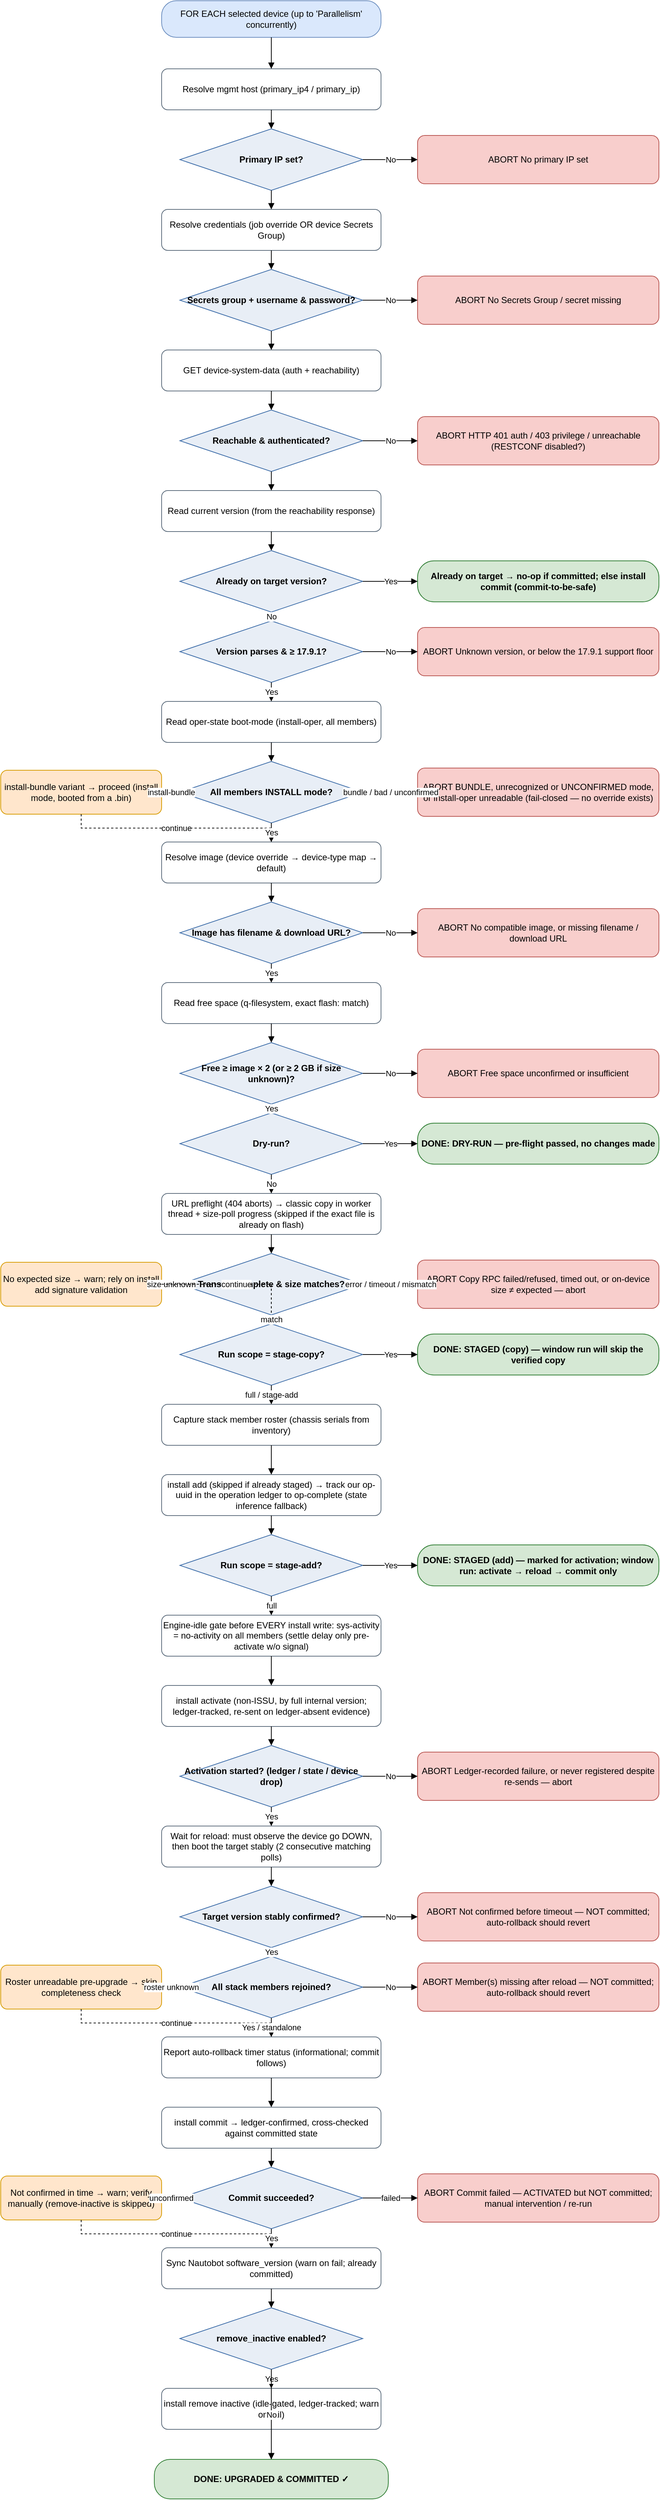
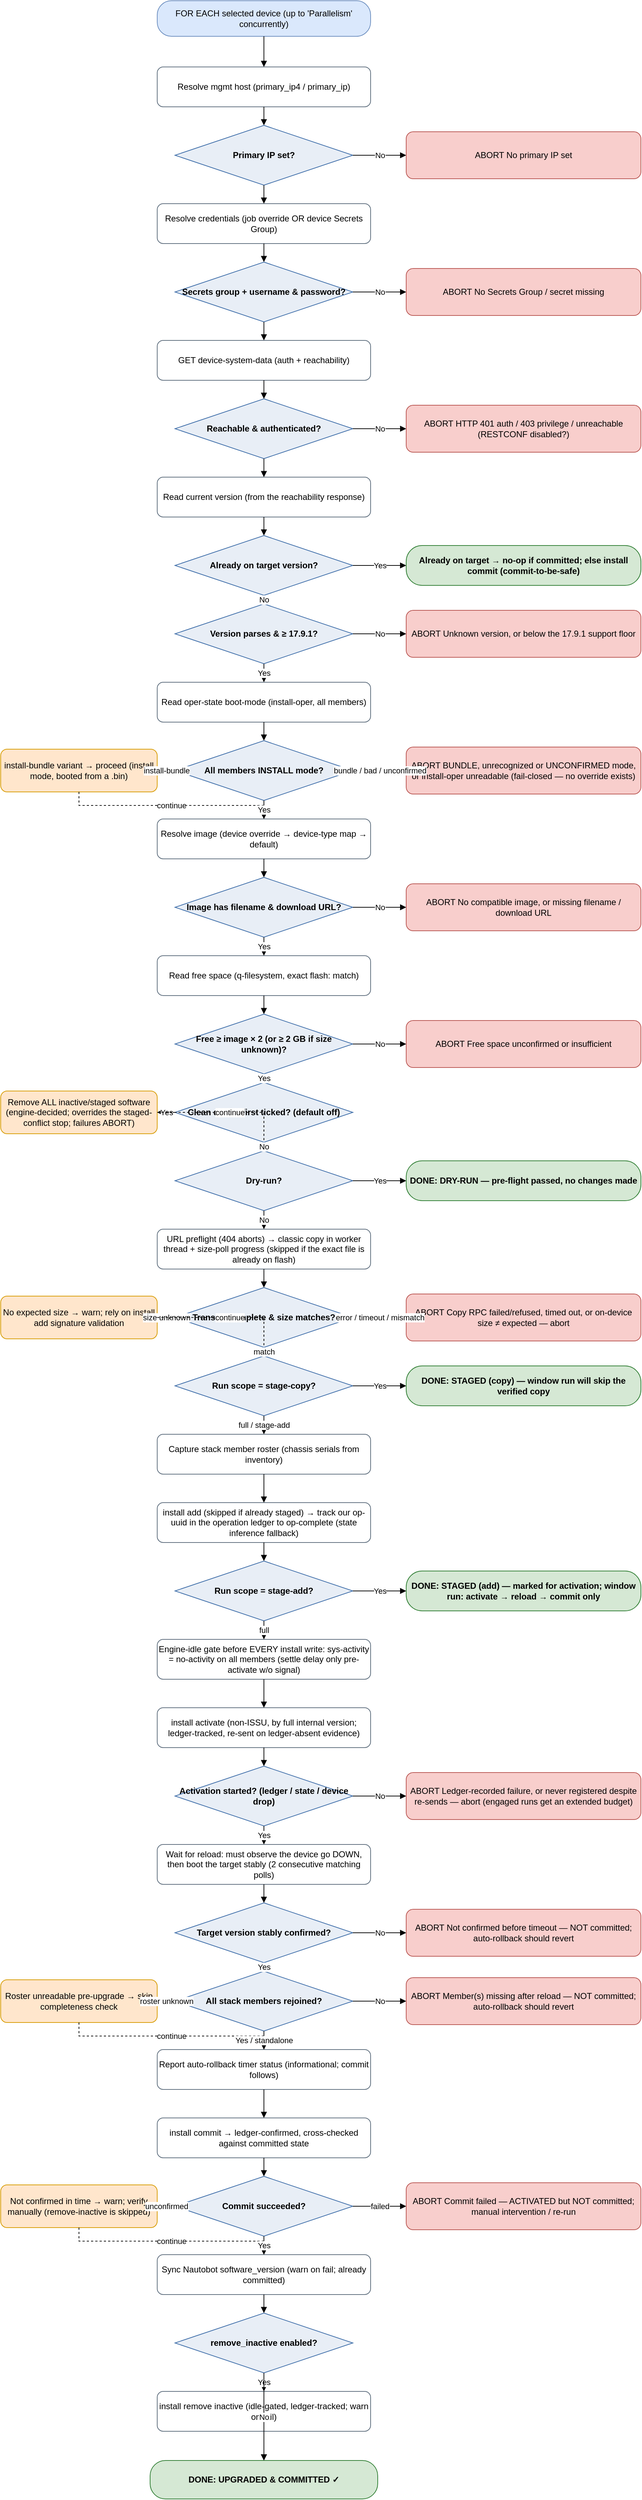
<mxfile host="app.diagrams.net" type="device">
  <diagram name="IOS-XE upgrade flow" id="iosxe-upgrade-flow">
    <mxGraphModel dx="1000" dy="2000" grid="1" gridSize="10" guides="1" tooltips="1"
        connect="1" arrows="1" fold="1" page="1" pageScale="1" math="0" shadow="0">
      <root>
        <mxCell id="0"/>
        <mxCell id="1" parent="0"/>
        <mxCell id="start" value="FOR EACH selected device&amp;#10;(up to &#x27;Parallelism&#x27; concurrently)" style="rounded=1;arcSize=40;whiteSpace=wrap;html=1;fillColor=#DAE8FC;strokeColor=#6C8EBF;" vertex="1" parent="1"><mxGeometry x="250" y="31" width="300" height="50" as="geometry"/></mxCell>
        <mxCell id="host" value="Resolve mgmt host&amp;#10;(primary_ip4 / primary_ip)" style="rounded=1;whiteSpace=wrap;html=1;fillColor=#FFFFFF;strokeColor=#5B6B7B;" vertex="1" parent="1"><mxGeometry x="250" y="124" width="300" height="56" as="geometry"/></mxCell>
        <mxCell id="d_ip" value="Primary IP set?" style="rhombus;whiteSpace=wrap;html=1;fillColor=#E8EEF6;strokeColor=#3C6CA8;fontStyle=1;" vertex="1" parent="1"><mxGeometry x="275" y="206" width="250" height="84" as="geometry"/></mxCell>
        <mxCell id="cred" value="Resolve credentials&amp;#10;(job override OR device Secrets Group)" style="rounded=1;whiteSpace=wrap;html=1;fillColor=#FFFFFF;strokeColor=#5B6B7B;" vertex="1" parent="1"><mxGeometry x="250" y="316" width="300" height="56" as="geometry"/></mxCell>
        <mxCell id="d_cred" value="Secrets group +&amp;#10;username &amp; password?" style="rhombus;whiteSpace=wrap;html=1;fillColor=#E8EEF6;strokeColor=#3C6CA8;fontStyle=1;" vertex="1" parent="1"><mxGeometry x="275" y="398" width="250" height="84" as="geometry"/></mxCell>
        <mxCell id="reach" value="GET device-system-data&amp;#10;(auth + reachability)" style="rounded=1;whiteSpace=wrap;html=1;fillColor=#FFFFFF;strokeColor=#5B6B7B;" vertex="1" parent="1"><mxGeometry x="250" y="508" width="300" height="56" as="geometry"/></mxCell>
        <mxCell id="d_reach" value="Reachable &amp;&amp;#10;authenticated?" style="rhombus;whiteSpace=wrap;html=1;fillColor=#E8EEF6;strokeColor=#3C6CA8;fontStyle=1;" vertex="1" parent="1"><mxGeometry x="275" y="590" width="250" height="84" as="geometry"/></mxCell>
        <mxCell id="curr" value="Read current version&amp;#10;(from the reachability response)" style="rounded=1;whiteSpace=wrap;html=1;fillColor=#FFFFFF;strokeColor=#5B6B7B;" vertex="1" parent="1"><mxGeometry x="250" y="700" width="300" height="56" as="geometry"/></mxCell>
        <mxCell id="d_target" value="Already on&amp;#10;target version?" style="rhombus;whiteSpace=wrap;html=1;fillColor=#E8EEF6;strokeColor=#3C6CA8;fontStyle=1;" vertex="1" parent="1"><mxGeometry x="275" y="782" width="250" height="84" as="geometry"/></mxCell>
        <mxCell id="d_floor" value="Version parses&amp;#10;&amp; ≥ 17.9.1?" style="rhombus;whiteSpace=wrap;html=1;fillColor=#E8EEF6;strokeColor=#3C6CA8;fontStyle=1;" vertex="1" parent="1"><mxGeometry x="275" y="878" width="250" height="84" as="geometry"/></mxCell>
        <mxCell id="mode" value="Read oper-state boot-mode&amp;#10;(install-oper, all members)" style="rounded=1;whiteSpace=wrap;html=1;fillColor=#FFFFFF;strokeColor=#5B6B7B;" vertex="1" parent="1"><mxGeometry x="250" y="988" width="300" height="56" as="geometry"/></mxCell>
        <mxCell id="d_mode" value="All members&amp;#10;INSTALL mode?" style="rhombus;whiteSpace=wrap;html=1;fillColor=#E8EEF6;strokeColor=#3C6CA8;fontStyle=1;" vertex="1" parent="1"><mxGeometry x="275" y="1070" width="250" height="84" as="geometry"/></mxCell>
        <mxCell id="img" value="Resolve image (device override →&amp;#10;device-type map → default)" style="rounded=1;whiteSpace=wrap;html=1;fillColor=#FFFFFF;strokeColor=#5B6B7B;" vertex="1" parent="1"><mxGeometry x="250" y="1180" width="300" height="56" as="geometry"/></mxCell>
        <mxCell id="d_img" value="Image has filename&amp;#10;&amp; download URL?" style="rhombus;whiteSpace=wrap;html=1;fillColor=#E8EEF6;strokeColor=#3C6CA8;fontStyle=1;" vertex="1" parent="1"><mxGeometry x="275" y="1262" width="250" height="84" as="geometry"/></mxCell>
        <mxCell id="space" value="Read free space&amp;#10;(q-filesystem, exact flash: match)" style="rounded=1;whiteSpace=wrap;html=1;fillColor=#FFFFFF;strokeColor=#5B6B7B;" vertex="1" parent="1"><mxGeometry x="250" y="1372" width="300" height="56" as="geometry"/></mxCell>
        <mxCell id="d_space" value="Free ≥ image × 2&amp;#10;(or ≥ 2 GB if size unknown)?" style="rhombus;whiteSpace=wrap;html=1;fillColor=#E8EEF6;strokeColor=#3C6CA8;fontStyle=1;" vertex="1" parent="1"><mxGeometry x="275" y="1454" width="250" height="84" as="geometry"/></mxCell>
-         <mxCell id="d_dry" value="Dry-run?" style="rhombus;whiteSpace=wrap;html=1;fillColor=#E8EEF6;strokeColor=#3C6CA8;fontStyle=1;" vertex="1" parent="1"><mxGeometry x="275" y="1550" width="250" height="84" as="geometry"/></mxCell>
-         <mxCell id="copy" value="URL preflight (404 aborts) → classic copy in&amp;#10;worker thread + size-poll progress&amp;#10;(skipped if the exact file is already on flash)" style="rounded=1;whiteSpace=wrap;html=1;fillColor=#FFFFFF;strokeColor=#5B6B7B;" vertex="1" parent="1"><mxGeometry x="250" y="1660" width="300" height="56" as="geometry"/></mxCell>
-         <mxCell id="d_size" value="Transfer complete&amp;#10;&amp; size matches?" style="rhombus;whiteSpace=wrap;html=1;fillColor=#E8EEF6;strokeColor=#3C6CA8;fontStyle=1;" vertex="1" parent="1"><mxGeometry x="275" y="1742" width="250" height="84" as="geometry"/></mxCell>
-         <mxCell id="d_stagecopy" value="Run scope =&amp;#10;stage-copy?" style="rhombus;whiteSpace=wrap;html=1;fillColor=#E8EEF6;strokeColor=#3C6CA8;fontStyle=1;" vertex="1" parent="1"><mxGeometry x="275" y="1838" width="250" height="84" as="geometry"/></mxCell>
-         <mxCell id="roster" value="Capture stack member roster&amp;#10;(chassis serials from inventory)" style="rounded=1;whiteSpace=wrap;html=1;fillColor=#FFFFFF;strokeColor=#5B6B7B;" vertex="1" parent="1"><mxGeometry x="250" y="1948" width="300" height="56" as="geometry"/></mxCell>
-         <mxCell id="add" value="install add (skipped if already staged) →&amp;#10;track our op-uuid in the operation ledger&amp;#10;to op-complete (state inference fallback)" style="rounded=1;whiteSpace=wrap;html=1;fillColor=#FFFFFF;strokeColor=#5B6B7B;" vertex="1" parent="1"><mxGeometry x="250" y="2044" width="300" height="56" as="geometry"/></mxCell>
-         <mxCell id="d_stageadd" value="Run scope =&amp;#10;stage-add?" style="rhombus;whiteSpace=wrap;html=1;fillColor=#E8EEF6;strokeColor=#3C6CA8;fontStyle=1;" vertex="1" parent="1"><mxGeometry x="275" y="2126" width="250" height="84" as="geometry"/></mxCell>
-         <mxCell id="idle" value="Engine-idle gate before EVERY install write:&amp;#10;sys-activity = no-activity on all members&amp;#10;(settle delay only pre-activate w/o signal)" style="rounded=1;whiteSpace=wrap;html=1;fillColor=#FFFFFF;strokeColor=#5B6B7B;" vertex="1" parent="1"><mxGeometry x="250" y="2236" width="300" height="56" as="geometry"/></mxCell>
-         <mxCell id="act" value="install activate (non-ISSU, by full internal&amp;#10;version; ledger-tracked,&amp;#10;re-sent on ledger-absent evidence)" style="rounded=1;whiteSpace=wrap;html=1;fillColor=#FFFFFF;strokeColor=#5B6B7B;" vertex="1" parent="1"><mxGeometry x="250" y="2332" width="300" height="56" as="geometry"/></mxCell>
-         <mxCell id="d_act" value="Activation started?&amp;#10;(ledger / state / device drop)" style="rhombus;whiteSpace=wrap;html=1;fillColor=#E8EEF6;strokeColor=#3C6CA8;fontStyle=1;" vertex="1" parent="1"><mxGeometry x="275" y="2414" width="250" height="84" as="geometry"/></mxCell>
-         <mxCell id="waitc" value="Wait for reload: must observe the device&amp;#10;go DOWN, then boot the target stably&amp;#10;(2 consecutive matching polls)" style="rounded=1;whiteSpace=wrap;html=1;fillColor=#FFFFFF;strokeColor=#5B6B7B;" vertex="1" parent="1"><mxGeometry x="250" y="2524" width="300" height="56" as="geometry"/></mxCell>
-         <mxCell id="d_confirm" value="Target version&amp;#10;stably confirmed?" style="rhombus;whiteSpace=wrap;html=1;fillColor=#E8EEF6;strokeColor=#3C6CA8;fontStyle=1;" vertex="1" parent="1"><mxGeometry x="275" y="2606" width="250" height="84" as="geometry"/></mxCell>
-         <mxCell id="d_members" value="All stack members&amp;#10;rejoined?" style="rhombus;whiteSpace=wrap;html=1;fillColor=#E8EEF6;strokeColor=#3C6CA8;fontStyle=1;" vertex="1" parent="1"><mxGeometry x="275" y="2702" width="250" height="84" as="geometry"/></mxCell>
-         <mxCell id="rollbackchk" value="Report auto-rollback timer status&amp;#10;(informational; commit follows)" style="rounded=1;whiteSpace=wrap;html=1;fillColor=#FFFFFF;strokeColor=#5B6B7B;" vertex="1" parent="1"><mxGeometry x="250" y="2812" width="300" height="56" as="geometry"/></mxCell>
-         <mxCell id="commit" value="install commit → ledger-confirmed,&amp;#10;cross-checked against committed state" style="rounded=1;whiteSpace=wrap;html=1;fillColor=#FFFFFF;strokeColor=#5B6B7B;" vertex="1" parent="1"><mxGeometry x="250" y="2908" width="300" height="56" as="geometry"/></mxCell>
-         <mxCell id="d_commit" value="Commit&amp;#10;succeeded?" style="rhombus;whiteSpace=wrap;html=1;fillColor=#E8EEF6;strokeColor=#3C6CA8;fontStyle=1;" vertex="1" parent="1"><mxGeometry x="275" y="2990" width="250" height="84" as="geometry"/></mxCell>
-         <mxCell id="sync" value="Sync Nautobot software_version&amp;#10;(warn on fail; already committed)" style="rounded=1;whiteSpace=wrap;html=1;fillColor=#FFFFFF;strokeColor=#5B6B7B;" vertex="1" parent="1"><mxGeometry x="250" y="3100" width="300" height="56" as="geometry"/></mxCell>
-         <mxCell id="d_remove" value="remove_inactive&amp;#10;enabled?" style="rhombus;whiteSpace=wrap;html=1;fillColor=#E8EEF6;strokeColor=#3C6CA8;fontStyle=1;" vertex="1" parent="1"><mxGeometry x="275" y="3182" width="250" height="84" as="geometry"/></mxCell>
-         <mxCell id="remove" value="install remove inactive (idle-gated,&amp;#10;ledger-tracked; warn on fail)" style="rounded=1;whiteSpace=wrap;html=1;fillColor=#FFFFFF;strokeColor=#5B6B7B;" vertex="1" parent="1"><mxGeometry x="250" y="3292" width="300" height="56" as="geometry"/></mxCell>
-         <mxCell id="ok" value="DONE: UPGRADED &amp; COMMITTED ✓" style="rounded=1;arcSize=40;whiteSpace=wrap;html=1;fillColor=#D5E8D4;strokeColor=#2E7D32;fontStyle=1;" vertex="1" parent="1"><mxGeometry x="240" y="3389" width="320" height="54" as="geometry"/></mxCell>
+         <mxCell id="d_clean" value="Clean device first&amp;#10;ticked? (default off)" style="rhombus;whiteSpace=wrap;html=1;fillColor=#E8EEF6;strokeColor=#3C6CA8;fontStyle=1;" vertex="1" parent="1"><mxGeometry x="275" y="1550" width="250" height="84" as="geometry"/></mxCell>
+         <mxCell id="d_dry" value="Dry-run?" style="rhombus;whiteSpace=wrap;html=1;fillColor=#E8EEF6;strokeColor=#3C6CA8;fontStyle=1;" vertex="1" parent="1"><mxGeometry x="275" y="1646" width="250" height="84" as="geometry"/></mxCell>
+         <mxCell id="copy" value="URL preflight (404 aborts) → classic copy in&amp;#10;worker thread + size-poll progress&amp;#10;(skipped if the exact file is already on flash)" style="rounded=1;whiteSpace=wrap;html=1;fillColor=#FFFFFF;strokeColor=#5B6B7B;" vertex="1" parent="1"><mxGeometry x="250" y="1756" width="300" height="56" as="geometry"/></mxCell>
+         <mxCell id="d_size" value="Transfer complete&amp;#10;&amp; size matches?" style="rhombus;whiteSpace=wrap;html=1;fillColor=#E8EEF6;strokeColor=#3C6CA8;fontStyle=1;" vertex="1" parent="1"><mxGeometry x="275" y="1838" width="250" height="84" as="geometry"/></mxCell>
+         <mxCell id="d_stagecopy" value="Run scope =&amp;#10;stage-copy?" style="rhombus;whiteSpace=wrap;html=1;fillColor=#E8EEF6;strokeColor=#3C6CA8;fontStyle=1;" vertex="1" parent="1"><mxGeometry x="275" y="1934" width="250" height="84" as="geometry"/></mxCell>
+         <mxCell id="roster" value="Capture stack member roster&amp;#10;(chassis serials from inventory)" style="rounded=1;whiteSpace=wrap;html=1;fillColor=#FFFFFF;strokeColor=#5B6B7B;" vertex="1" parent="1"><mxGeometry x="250" y="2044" width="300" height="56" as="geometry"/></mxCell>
+         <mxCell id="add" value="install add (skipped if already staged) →&amp;#10;track our op-uuid in the operation ledger&amp;#10;to op-complete (state inference fallback)" style="rounded=1;whiteSpace=wrap;html=1;fillColor=#FFFFFF;strokeColor=#5B6B7B;" vertex="1" parent="1"><mxGeometry x="250" y="2140" width="300" height="56" as="geometry"/></mxCell>
+         <mxCell id="d_stageadd" value="Run scope =&amp;#10;stage-add?" style="rhombus;whiteSpace=wrap;html=1;fillColor=#E8EEF6;strokeColor=#3C6CA8;fontStyle=1;" vertex="1" parent="1"><mxGeometry x="275" y="2222" width="250" height="84" as="geometry"/></mxCell>
+         <mxCell id="idle" value="Engine-idle gate before EVERY install write:&amp;#10;sys-activity = no-activity on all members&amp;#10;(settle delay only pre-activate w/o signal)" style="rounded=1;whiteSpace=wrap;html=1;fillColor=#FFFFFF;strokeColor=#5B6B7B;" vertex="1" parent="1"><mxGeometry x="250" y="2332" width="300" height="56" as="geometry"/></mxCell>
+         <mxCell id="act" value="install activate (non-ISSU, by full internal&amp;#10;version; ledger-tracked,&amp;#10;re-sent on ledger-absent evidence)" style="rounded=1;whiteSpace=wrap;html=1;fillColor=#FFFFFF;strokeColor=#5B6B7B;" vertex="1" parent="1"><mxGeometry x="250" y="2428" width="300" height="56" as="geometry"/></mxCell>
+         <mxCell id="d_act" value="Activation started?&amp;#10;(ledger / state / device drop)" style="rhombus;whiteSpace=wrap;html=1;fillColor=#E8EEF6;strokeColor=#3C6CA8;fontStyle=1;" vertex="1" parent="1"><mxGeometry x="275" y="2510" width="250" height="84" as="geometry"/></mxCell>
+         <mxCell id="waitc" value="Wait for reload: must observe the device&amp;#10;go DOWN, then boot the target stably&amp;#10;(2 consecutive matching polls)" style="rounded=1;whiteSpace=wrap;html=1;fillColor=#FFFFFF;strokeColor=#5B6B7B;" vertex="1" parent="1"><mxGeometry x="250" y="2620" width="300" height="56" as="geometry"/></mxCell>
+         <mxCell id="d_confirm" value="Target version&amp;#10;stably confirmed?" style="rhombus;whiteSpace=wrap;html=1;fillColor=#E8EEF6;strokeColor=#3C6CA8;fontStyle=1;" vertex="1" parent="1"><mxGeometry x="275" y="2702" width="250" height="84" as="geometry"/></mxCell>
+         <mxCell id="d_members" value="All stack members&amp;#10;rejoined?" style="rhombus;whiteSpace=wrap;html=1;fillColor=#E8EEF6;strokeColor=#3C6CA8;fontStyle=1;" vertex="1" parent="1"><mxGeometry x="275" y="2798" width="250" height="84" as="geometry"/></mxCell>
+         <mxCell id="rollbackchk" value="Report auto-rollback timer status&amp;#10;(informational; commit follows)" style="rounded=1;whiteSpace=wrap;html=1;fillColor=#FFFFFF;strokeColor=#5B6B7B;" vertex="1" parent="1"><mxGeometry x="250" y="2908" width="300" height="56" as="geometry"/></mxCell>
+         <mxCell id="commit" value="install commit → ledger-confirmed,&amp;#10;cross-checked against committed state" style="rounded=1;whiteSpace=wrap;html=1;fillColor=#FFFFFF;strokeColor=#5B6B7B;" vertex="1" parent="1"><mxGeometry x="250" y="3004" width="300" height="56" as="geometry"/></mxCell>
+         <mxCell id="d_commit" value="Commit&amp;#10;succeeded?" style="rhombus;whiteSpace=wrap;html=1;fillColor=#E8EEF6;strokeColor=#3C6CA8;fontStyle=1;" vertex="1" parent="1"><mxGeometry x="275" y="3086" width="250" height="84" as="geometry"/></mxCell>
+         <mxCell id="sync" value="Sync Nautobot software_version&amp;#10;(warn on fail; already committed)" style="rounded=1;whiteSpace=wrap;html=1;fillColor=#FFFFFF;strokeColor=#5B6B7B;" vertex="1" parent="1"><mxGeometry x="250" y="3196" width="300" height="56" as="geometry"/></mxCell>
+         <mxCell id="d_remove" value="remove_inactive&amp;#10;enabled?" style="rhombus;whiteSpace=wrap;html=1;fillColor=#E8EEF6;strokeColor=#3C6CA8;fontStyle=1;" vertex="1" parent="1"><mxGeometry x="275" y="3278" width="250" height="84" as="geometry"/></mxCell>
+         <mxCell id="remove" value="install remove inactive (idle-gated,&amp;#10;ledger-tracked; warn on fail)" style="rounded=1;whiteSpace=wrap;html=1;fillColor=#FFFFFF;strokeColor=#5B6B7B;" vertex="1" parent="1"><mxGeometry x="250" y="3388" width="300" height="56" as="geometry"/></mxCell>
+         <mxCell id="ok" value="DONE: UPGRADED &amp; COMMITTED ✓" style="rounded=1;arcSize=40;whiteSpace=wrap;html=1;fillColor=#D5E8D4;strokeColor=#2E7D32;fontStyle=1;" vertex="1" parent="1"><mxGeometry x="240" y="3485" width="320" height="54" as="geometry"/></mxCell>
        <mxCell id="d_ip_abort" value="ABORT&amp;#10;No primary IP set" style="rounded=1;whiteSpace=wrap;html=1;fillColor=#F8CECC;strokeColor=#B85450;" vertex="1" parent="1"><mxGeometry x="600" y="215" width="330" height="66" as="geometry"/></mxCell>
        <mxCell id="d_cred_abort" value="ABORT&amp;#10;No Secrets Group / secret missing" style="rounded=1;whiteSpace=wrap;html=1;fillColor=#F8CECC;strokeColor=#B85450;" vertex="1" parent="1"><mxGeometry x="600" y="407" width="330" height="66" as="geometry"/></mxCell>
        <mxCell id="d_reach_abort" value="ABORT&amp;#10;HTTP 401 auth / 403 privilege /&amp;#10;unreachable (RESTCONF disabled?)" style="rounded=1;whiteSpace=wrap;html=1;fillColor=#F8CECC;strokeColor=#B85450;" vertex="1" parent="1"><mxGeometry x="600" y="599" width="330" height="66" as="geometry"/></mxCell>
        <mxCell id="d_target_ok" value="Already on target → no-op if committed;&amp;#10;else install commit (commit-to-be-safe)" style="rounded=1;arcSize=40;whiteSpace=wrap;html=1;fillColor=#D5E8D4;strokeColor=#2E7D32;fontStyle=1;" vertex="1" parent="1"><mxGeometry x="600" y="796" width="330" height="56" as="geometry"/></mxCell>
        <mxCell id="d_floor_abort" value="ABORT&amp;#10;Unknown version, or below the&amp;#10;17.9.1 support floor" style="rounded=1;whiteSpace=wrap;html=1;fillColor=#F8CECC;strokeColor=#B85450;" vertex="1" parent="1"><mxGeometry x="600" y="887" width="330" height="66" as="geometry"/></mxCell>
        <mxCell id="d_mode_abort" value="ABORT&amp;#10;BUNDLE, unrecognized or UNCONFIRMED&amp;#10;mode, or install-oper unreadable&amp;#10;(fail-closed — no override exists)" style="rounded=1;whiteSpace=wrap;html=1;fillColor=#F8CECC;strokeColor=#B85450;" vertex="1" parent="1"><mxGeometry x="600" y="1079" width="330" height="66" as="geometry"/></mxCell>
        <mxCell id="d_mode_warn" value="install-bundle variant → proceed&amp;#10;(install mode, booted from a .bin)" style="rounded=1;whiteSpace=wrap;html=1;fillColor=#FFE6CC;strokeColor=#D79B00;" vertex="1" parent="1"><mxGeometry x="30" y="1082" width="220" height="60" as="geometry"/></mxCell>
        <mxCell id="d_img_abort" value="ABORT&amp;#10;No compatible image, or missing&amp;#10;filename / download URL" style="rounded=1;whiteSpace=wrap;html=1;fillColor=#F8CECC;strokeColor=#B85450;" vertex="1" parent="1"><mxGeometry x="600" y="1271" width="330" height="66" as="geometry"/></mxCell>
        <mxCell id="d_space_abort" value="ABORT&amp;#10;Free space unconfirmed or&amp;#10;insufficient" style="rounded=1;whiteSpace=wrap;html=1;fillColor=#F8CECC;strokeColor=#B85450;" vertex="1" parent="1"><mxGeometry x="600" y="1463" width="330" height="66" as="geometry"/></mxCell>
-         <mxCell id="d_dry_ok" value="DONE: DRY-RUN — pre-flight&amp;#10;passed, no changes made" style="rounded=1;arcSize=40;whiteSpace=wrap;html=1;fillColor=#D5E8D4;strokeColor=#2E7D32;fontStyle=1;" vertex="1" parent="1"><mxGeometry x="600" y="1564" width="330" height="56" as="geometry"/></mxCell>
-         <mxCell id="d_size_abort" value="ABORT&amp;#10;Copy RPC failed/refused, timed out,&amp;#10;or on-device size ≠ expected — abort" style="rounded=1;whiteSpace=wrap;html=1;fillColor=#F8CECC;strokeColor=#B85450;" vertex="1" parent="1"><mxGeometry x="600" y="1751" width="330" height="66" as="geometry"/></mxCell>
-         <mxCell id="d_size_warn" value="No expected size → warn; rely on&amp;#10;install add signature validation" style="rounded=1;whiteSpace=wrap;html=1;fillColor=#FFE6CC;strokeColor=#D79B00;" vertex="1" parent="1"><mxGeometry x="30" y="1754" width="220" height="60" as="geometry"/></mxCell>
-         <mxCell id="d_stagecopy_ok" value="DONE: STAGED (copy) — window run&amp;#10;will skip the verified copy" style="rounded=1;arcSize=40;whiteSpace=wrap;html=1;fillColor=#D5E8D4;strokeColor=#2E7D32;fontStyle=1;" vertex="1" parent="1"><mxGeometry x="600" y="1852" width="330" height="56" as="geometry"/></mxCell>
-         <mxCell id="d_stageadd_ok" value="DONE: STAGED (add) — marked for&amp;#10;activation; window run: activate →&amp;#10;reload → commit only" style="rounded=1;arcSize=40;whiteSpace=wrap;html=1;fillColor=#D5E8D4;strokeColor=#2E7D32;fontStyle=1;" vertex="1" parent="1"><mxGeometry x="600" y="2140" width="330" height="56" as="geometry"/></mxCell>
-         <mxCell id="d_act_abort" value="ABORT&amp;#10;Ledger-recorded failure, or never&amp;#10;registered despite re-sends — abort" style="rounded=1;whiteSpace=wrap;html=1;fillColor=#F8CECC;strokeColor=#B85450;" vertex="1" parent="1"><mxGeometry x="600" y="2423" width="330" height="66" as="geometry"/></mxCell>
-         <mxCell id="d_confirm_abort" value="ABORT&amp;#10;Not confirmed before timeout — NOT&amp;#10;committed; auto-rollback should revert" style="rounded=1;whiteSpace=wrap;html=1;fillColor=#F8CECC;strokeColor=#B85450;" vertex="1" parent="1"><mxGeometry x="600" y="2615" width="330" height="66" as="geometry"/></mxCell>
-         <mxCell id="d_members_abort" value="ABORT&amp;#10;Member(s) missing after reload — NOT&amp;#10;committed; auto-rollback should revert" style="rounded=1;whiteSpace=wrap;html=1;fillColor=#F8CECC;strokeColor=#B85450;" vertex="1" parent="1"><mxGeometry x="600" y="2711" width="330" height="66" as="geometry"/></mxCell>
-         <mxCell id="d_members_warn" value="Roster unreadable pre-upgrade →&amp;#10;skip completeness check" style="rounded=1;whiteSpace=wrap;html=1;fillColor=#FFE6CC;strokeColor=#D79B00;" vertex="1" parent="1"><mxGeometry x="30" y="2714" width="220" height="60" as="geometry"/></mxCell>
-         <mxCell id="d_commit_abort" value="ABORT&amp;#10;Commit failed — ACTIVATED but NOT&amp;#10;committed; manual intervention / re-run" style="rounded=1;whiteSpace=wrap;html=1;fillColor=#F8CECC;strokeColor=#B85450;" vertex="1" parent="1"><mxGeometry x="600" y="2999" width="330" height="66" as="geometry"/></mxCell>
-         <mxCell id="d_commit_warn" value="Not confirmed in time → warn;&amp;#10;verify manually (remove-inactive&amp;#10;is skipped)" style="rounded=1;whiteSpace=wrap;html=1;fillColor=#FFE6CC;strokeColor=#D79B00;" vertex="1" parent="1"><mxGeometry x="30" y="3002" width="220" height="60" as="geometry"/></mxCell>
+         <mxCell id="d_clean_warn" value="Remove ALL inactive/staged software&amp;#10;(engine-decided; overrides the staged-&amp;#10;conflict stop; failures ABORT)" style="rounded=1;whiteSpace=wrap;html=1;fillColor=#FFE6CC;strokeColor=#D79B00;" vertex="1" parent="1"><mxGeometry x="30" y="1562" width="220" height="60" as="geometry"/></mxCell>
+         <mxCell id="d_dry_ok" value="DONE: DRY-RUN — pre-flight&amp;#10;passed, no changes made" style="rounded=1;arcSize=40;whiteSpace=wrap;html=1;fillColor=#D5E8D4;strokeColor=#2E7D32;fontStyle=1;" vertex="1" parent="1"><mxGeometry x="600" y="1660" width="330" height="56" as="geometry"/></mxCell>
+         <mxCell id="d_size_abort" value="ABORT&amp;#10;Copy RPC failed/refused, timed out,&amp;#10;or on-device size ≠ expected — abort" style="rounded=1;whiteSpace=wrap;html=1;fillColor=#F8CECC;strokeColor=#B85450;" vertex="1" parent="1"><mxGeometry x="600" y="1847" width="330" height="66" as="geometry"/></mxCell>
+         <mxCell id="d_size_warn" value="No expected size → warn; rely on&amp;#10;install add signature validation" style="rounded=1;whiteSpace=wrap;html=1;fillColor=#FFE6CC;strokeColor=#D79B00;" vertex="1" parent="1"><mxGeometry x="30" y="1850" width="220" height="60" as="geometry"/></mxCell>
+         <mxCell id="d_stagecopy_ok" value="DONE: STAGED (copy) — window run&amp;#10;will skip the verified copy" style="rounded=1;arcSize=40;whiteSpace=wrap;html=1;fillColor=#D5E8D4;strokeColor=#2E7D32;fontStyle=1;" vertex="1" parent="1"><mxGeometry x="600" y="1948" width="330" height="56" as="geometry"/></mxCell>
+         <mxCell id="d_stageadd_ok" value="DONE: STAGED (add) — marked for&amp;#10;activation; window run: activate →&amp;#10;reload → commit only" style="rounded=1;arcSize=40;whiteSpace=wrap;html=1;fillColor=#D5E8D4;strokeColor=#2E7D32;fontStyle=1;" vertex="1" parent="1"><mxGeometry x="600" y="2236" width="330" height="56" as="geometry"/></mxCell>
+         <mxCell id="d_act_abort" value="ABORT&amp;#10;Ledger-recorded failure, or never&amp;#10;registered despite re-sends — abort&amp;#10;(engaged runs get an extended budget)" style="rounded=1;whiteSpace=wrap;html=1;fillColor=#F8CECC;strokeColor=#B85450;" vertex="1" parent="1"><mxGeometry x="600" y="2519" width="330" height="66" as="geometry"/></mxCell>
+         <mxCell id="d_confirm_abort" value="ABORT&amp;#10;Not confirmed before timeout — NOT&amp;#10;committed; auto-rollback should revert" style="rounded=1;whiteSpace=wrap;html=1;fillColor=#F8CECC;strokeColor=#B85450;" vertex="1" parent="1"><mxGeometry x="600" y="2711" width="330" height="66" as="geometry"/></mxCell>
+         <mxCell id="d_members_abort" value="ABORT&amp;#10;Member(s) missing after reload — NOT&amp;#10;committed; auto-rollback should revert" style="rounded=1;whiteSpace=wrap;html=1;fillColor=#F8CECC;strokeColor=#B85450;" vertex="1" parent="1"><mxGeometry x="600" y="2807" width="330" height="66" as="geometry"/></mxCell>
+         <mxCell id="d_members_warn" value="Roster unreadable pre-upgrade →&amp;#10;skip completeness check" style="rounded=1;whiteSpace=wrap;html=1;fillColor=#FFE6CC;strokeColor=#D79B00;" vertex="1" parent="1"><mxGeometry x="30" y="2810" width="220" height="60" as="geometry"/></mxCell>
+         <mxCell id="d_commit_abort" value="ABORT&amp;#10;Commit failed — ACTIVATED but NOT&amp;#10;committed; manual intervention / re-run" style="rounded=1;whiteSpace=wrap;html=1;fillColor=#F8CECC;strokeColor=#B85450;" vertex="1" parent="1"><mxGeometry x="600" y="3095" width="330" height="66" as="geometry"/></mxCell>
+         <mxCell id="d_commit_warn" value="Not confirmed in time → warn;&amp;#10;verify manually (remove-inactive&amp;#10;is skipped)" style="rounded=1;whiteSpace=wrap;html=1;fillColor=#FFE6CC;strokeColor=#D79B00;" vertex="1" parent="1"><mxGeometry x="30" y="3098" width="220" height="60" as="geometry"/></mxCell>
        <mxCell id="e_d_ip_abort" value="No" style="edgeStyle=orthogonalEdgeStyle;rounded=0;html=1;endArrow=block;" edge="1" parent="1" source="d_ip" target="d_ip_abort"><mxGeometry relative="1" as="geometry"/></mxCell>
        <mxCell id="e_d_cred_abort" value="No" style="edgeStyle=orthogonalEdgeStyle;rounded=0;html=1;endArrow=block;" edge="1" parent="1" source="d_cred" target="d_cred_abort"><mxGeometry relative="1" as="geometry"/></mxCell>
        <mxCell id="e_d_reach_abort" value="No" style="edgeStyle=orthogonalEdgeStyle;rounded=0;html=1;endArrow=block;" edge="1" parent="1" source="d_reach" target="d_reach_abort"><mxGeometry relative="1" as="geometry"/></mxCell>
        <mxCell id="e_d_target_ok" value="Yes" style="edgeStyle=orthogonalEdgeStyle;rounded=0;html=1;endArrow=block;" edge="1" parent="1" source="d_target" target="d_target_ok"><mxGeometry relative="1" as="geometry"/></mxCell>
        <mxCell id="e_d_floor_abort" value="No" style="edgeStyle=orthogonalEdgeStyle;rounded=0;html=1;endArrow=block;" edge="1" parent="1" source="d_floor" target="d_floor_abort"><mxGeometry relative="1" as="geometry"/></mxCell>
        <mxCell id="e_d_mode_abort" value="bundle / bad /
unconfirmed" style="edgeStyle=orthogonalEdgeStyle;rounded=0;html=1;endArrow=block;" edge="1" parent="1" source="d_mode" target="d_mode_abort"><mxGeometry relative="1" as="geometry"/></mxCell>
        <mxCell id="e_d_mode_warn" value="install-bundle" style="edgeStyle=orthogonalEdgeStyle;rounded=0;html=1;endArrow=block;" edge="1" parent="1" source="d_mode" target="d_mode_warn"><mxGeometry relative="1" as="geometry"/></mxCell>
        <mxCell id="e_d_mode_warn_join" value="continue" style="edgeStyle=orthogonalEdgeStyle;rounded=0;html=1;endArrow=block;dashed=1;" edge="1" parent="1" source="d_mode_warn" target="img"><mxGeometry relative="1" as="geometry"/></mxCell>
        <mxCell id="e_d_img_abort" value="No" style="edgeStyle=orthogonalEdgeStyle;rounded=0;html=1;endArrow=block;" edge="1" parent="1" source="d_img" target="d_img_abort"><mxGeometry relative="1" as="geometry"/></mxCell>
        <mxCell id="e_d_space_abort" value="No" style="edgeStyle=orthogonalEdgeStyle;rounded=0;html=1;endArrow=block;" edge="1" parent="1" source="d_space" target="d_space_abort"><mxGeometry relative="1" as="geometry"/></mxCell>
+         <mxCell id="e_d_clean_warn" value="Yes" style="edgeStyle=orthogonalEdgeStyle;rounded=0;html=1;endArrow=block;" edge="1" parent="1" source="d_clean" target="d_clean_warn"><mxGeometry relative="1" as="geometry"/></mxCell>
+         <mxCell id="e_d_clean_warn_join" value="continue" style="edgeStyle=orthogonalEdgeStyle;rounded=0;html=1;endArrow=block;dashed=1;" edge="1" parent="1" source="d_clean_warn" target="d_dry"><mxGeometry relative="1" as="geometry"/></mxCell>
        <mxCell id="e_d_dry_ok" value="Yes" style="edgeStyle=orthogonalEdgeStyle;rounded=0;html=1;endArrow=block;" edge="1" parent="1" source="d_dry" target="d_dry_ok"><mxGeometry relative="1" as="geometry"/></mxCell>
        <mxCell id="e_d_size_abort" value="error / timeout /
mismatch" style="edgeStyle=orthogonalEdgeStyle;rounded=0;html=1;endArrow=block;" edge="1" parent="1" source="d_size" target="d_size_abort"><mxGeometry relative="1" as="geometry"/></mxCell>
        <mxCell id="e_d_size_warn" value="size unknown" style="edgeStyle=orthogonalEdgeStyle;rounded=0;html=1;endArrow=block;" edge="1" parent="1" source="d_size" target="d_size_warn"><mxGeometry relative="1" as="geometry"/></mxCell>
        <mxCell id="e_d_size_warn_join" value="continue" style="edgeStyle=orthogonalEdgeStyle;rounded=0;html=1;endArrow=block;dashed=1;" edge="1" parent="1" source="d_size_warn" target="d_stagecopy"><mxGeometry relative="1" as="geometry"/></mxCell>
        <mxCell id="e_d_stagecopy_ok" value="Yes" style="edgeStyle=orthogonalEdgeStyle;rounded=0;html=1;endArrow=block;" edge="1" parent="1" source="d_stagecopy" target="d_stagecopy_ok"><mxGeometry relative="1" as="geometry"/></mxCell>
        <mxCell id="e_d_stageadd_ok" value="Yes" style="edgeStyle=orthogonalEdgeStyle;rounded=0;html=1;endArrow=block;" edge="1" parent="1" source="d_stageadd" target="d_stageadd_ok"><mxGeometry relative="1" as="geometry"/></mxCell>
        <mxCell id="e_d_act_abort" value="No" style="edgeStyle=orthogonalEdgeStyle;rounded=0;html=1;endArrow=block;" edge="1" parent="1" source="d_act" target="d_act_abort"><mxGeometry relative="1" as="geometry"/></mxCell>
        <mxCell id="e_d_confirm_abort" value="No" style="edgeStyle=orthogonalEdgeStyle;rounded=0;html=1;endArrow=block;" edge="1" parent="1" source="d_confirm" target="d_confirm_abort"><mxGeometry relative="1" as="geometry"/></mxCell>
        <mxCell id="e_d_members_abort" value="No" style="edgeStyle=orthogonalEdgeStyle;rounded=0;html=1;endArrow=block;" edge="1" parent="1" source="d_members" target="d_members_abort"><mxGeometry relative="1" as="geometry"/></mxCell>
        <mxCell id="e_d_members_warn" value="roster unknown" style="edgeStyle=orthogonalEdgeStyle;rounded=0;html=1;endArrow=block;" edge="1" parent="1" source="d_members" target="d_members_warn"><mxGeometry relative="1" as="geometry"/></mxCell>
        <mxCell id="e_d_members_warn_join" value="continue" style="edgeStyle=orthogonalEdgeStyle;rounded=0;html=1;endArrow=block;dashed=1;" edge="1" parent="1" source="d_members_warn" target="rollbackchk"><mxGeometry relative="1" as="geometry"/></mxCell>
        <mxCell id="e_d_commit_abort" value="failed" style="edgeStyle=orthogonalEdgeStyle;rounded=0;html=1;endArrow=block;" edge="1" parent="1" source="d_commit" target="d_commit_abort"><mxGeometry relative="1" as="geometry"/></mxCell>
        <mxCell id="e_d_commit_warn" value="unconfirmed" style="edgeStyle=orthogonalEdgeStyle;rounded=0;html=1;endArrow=block;" edge="1" parent="1" source="d_commit" target="d_commit_warn"><mxGeometry relative="1" as="geometry"/></mxCell>
        <mxCell id="e_d_commit_warn_join" value="continue" style="edgeStyle=orthogonalEdgeStyle;rounded=0;html=1;endArrow=block;dashed=1;" edge="1" parent="1" source="d_commit_warn" target="sync"><mxGeometry relative="1" as="geometry"/></mxCell>
        <mxCell id="e_start_host" value="" style="edgeStyle=orthogonalEdgeStyle;rounded=0;html=1;endArrow=block;" edge="1" parent="1" source="start" target="host"><mxGeometry relative="1" as="geometry"/></mxCell>
        <mxCell id="e_host_d_ip" value="" style="edgeStyle=orthogonalEdgeStyle;rounded=0;html=1;endArrow=block;" edge="1" parent="1" source="host" target="d_ip"><mxGeometry relative="1" as="geometry"/></mxCell>
        <mxCell id="e_d_ip_cred" value="" style="edgeStyle=orthogonalEdgeStyle;rounded=0;html=1;endArrow=block;" edge="1" parent="1" source="d_ip" target="cred"><mxGeometry relative="1" as="geometry"/></mxCell>
        <mxCell id="e_cred_d_cred" value="" style="edgeStyle=orthogonalEdgeStyle;rounded=0;html=1;endArrow=block;" edge="1" parent="1" source="cred" target="d_cred"><mxGeometry relative="1" as="geometry"/></mxCell>
        <mxCell id="e_d_cred_reach" value="" style="edgeStyle=orthogonalEdgeStyle;rounded=0;html=1;endArrow=block;" edge="1" parent="1" source="d_cred" target="reach"><mxGeometry relative="1" as="geometry"/></mxCell>
        <mxCell id="e_reach_d_reach" value="" style="edgeStyle=orthogonalEdgeStyle;rounded=0;html=1;endArrow=block;" edge="1" parent="1" source="reach" target="d_reach"><mxGeometry relative="1" as="geometry"/></mxCell>
        <mxCell id="e_d_reach_curr" value="" style="edgeStyle=orthogonalEdgeStyle;rounded=0;html=1;endArrow=block;" edge="1" parent="1" source="d_reach" target="curr"><mxGeometry relative="1" as="geometry"/></mxCell>
        <mxCell id="e_curr_d_target" value="" style="edgeStyle=orthogonalEdgeStyle;rounded=0;html=1;endArrow=block;" edge="1" parent="1" source="curr" target="d_target"><mxGeometry relative="1" as="geometry"/></mxCell>
        <mxCell id="e_d_target_d_floor" value="No" style="edgeStyle=orthogonalEdgeStyle;rounded=0;html=1;endArrow=block;" edge="1" parent="1" source="d_target" target="d_floor"><mxGeometry relative="1" as="geometry"/></mxCell>
        <mxCell id="e_d_floor_mode" value="Yes" style="edgeStyle=orthogonalEdgeStyle;rounded=0;html=1;endArrow=block;" edge="1" parent="1" source="d_floor" target="mode"><mxGeometry relative="1" as="geometry"/></mxCell>
        <mxCell id="e_mode_d_mode" value="" style="edgeStyle=orthogonalEdgeStyle;rounded=0;html=1;endArrow=block;" edge="1" parent="1" source="mode" target="d_mode"><mxGeometry relative="1" as="geometry"/></mxCell>
        <mxCell id="e_d_mode_img" value="Yes" style="edgeStyle=orthogonalEdgeStyle;rounded=0;html=1;endArrow=block;" edge="1" parent="1" source="d_mode" target="img"><mxGeometry relative="1" as="geometry"/></mxCell>
        <mxCell id="e_img_d_img" value="" style="edgeStyle=orthogonalEdgeStyle;rounded=0;html=1;endArrow=block;" edge="1" parent="1" source="img" target="d_img"><mxGeometry relative="1" as="geometry"/></mxCell>
        <mxCell id="e_d_img_space" value="Yes" style="edgeStyle=orthogonalEdgeStyle;rounded=0;html=1;endArrow=block;" edge="1" parent="1" source="d_img" target="space"><mxGeometry relative="1" as="geometry"/></mxCell>
        <mxCell id="e_space_d_space" value="" style="edgeStyle=orthogonalEdgeStyle;rounded=0;html=1;endArrow=block;" edge="1" parent="1" source="space" target="d_space"><mxGeometry relative="1" as="geometry"/></mxCell>
-         <mxCell id="e_d_space_d_dry" value="Yes" style="edgeStyle=orthogonalEdgeStyle;rounded=0;html=1;endArrow=block;" edge="1" parent="1" source="d_space" target="d_dry"><mxGeometry relative="1" as="geometry"/></mxCell>
+         <mxCell id="e_d_space_d_clean" value="Yes" style="edgeStyle=orthogonalEdgeStyle;rounded=0;html=1;endArrow=block;" edge="1" parent="1" source="d_space" target="d_clean"><mxGeometry relative="1" as="geometry"/></mxCell>
+         <mxCell id="e_d_clean_d_dry" value="No" style="edgeStyle=orthogonalEdgeStyle;rounded=0;html=1;endArrow=block;" edge="1" parent="1" source="d_clean" target="d_dry"><mxGeometry relative="1" as="geometry"/></mxCell>
        <mxCell id="e_d_dry_copy" value="No" style="edgeStyle=orthogonalEdgeStyle;rounded=0;html=1;endArrow=block;" edge="1" parent="1" source="d_dry" target="copy"><mxGeometry relative="1" as="geometry"/></mxCell>
        <mxCell id="e_copy_d_size" value="" style="edgeStyle=orthogonalEdgeStyle;rounded=0;html=1;endArrow=block;" edge="1" parent="1" source="copy" target="d_size"><mxGeometry relative="1" as="geometry"/></mxCell>
        <mxCell id="e_d_size_d_stagecopy" value="match" style="edgeStyle=orthogonalEdgeStyle;rounded=0;html=1;endArrow=block;" edge="1" parent="1" source="d_size" target="d_stagecopy"><mxGeometry relative="1" as="geometry"/></mxCell>
        <mxCell id="e_d_stagecopy_roster" value="full / stage-add" style="edgeStyle=orthogonalEdgeStyle;rounded=0;html=1;endArrow=block;" edge="1" parent="1" source="d_stagecopy" target="roster"><mxGeometry relative="1" as="geometry"/></mxCell>
        <mxCell id="e_roster_add" value="" style="edgeStyle=orthogonalEdgeStyle;rounded=0;html=1;endArrow=block;" edge="1" parent="1" source="roster" target="add"><mxGeometry relative="1" as="geometry"/></mxCell>
        <mxCell id="e_add_d_stageadd" value="" style="edgeStyle=orthogonalEdgeStyle;rounded=0;html=1;endArrow=block;" edge="1" parent="1" source="add" target="d_stageadd"><mxGeometry relative="1" as="geometry"/></mxCell>
        <mxCell id="e_d_stageadd_idle" value="full" style="edgeStyle=orthogonalEdgeStyle;rounded=0;html=1;endArrow=block;" edge="1" parent="1" source="d_stageadd" target="idle"><mxGeometry relative="1" as="geometry"/></mxCell>
        <mxCell id="e_idle_act" value="" style="edgeStyle=orthogonalEdgeStyle;rounded=0;html=1;endArrow=block;" edge="1" parent="1" source="idle" target="act"><mxGeometry relative="1" as="geometry"/></mxCell>
        <mxCell id="e_act_d_act" value="" style="edgeStyle=orthogonalEdgeStyle;rounded=0;html=1;endArrow=block;" edge="1" parent="1" source="act" target="d_act"><mxGeometry relative="1" as="geometry"/></mxCell>
        <mxCell id="e_d_act_waitc" value="Yes" style="edgeStyle=orthogonalEdgeStyle;rounded=0;html=1;endArrow=block;" edge="1" parent="1" source="d_act" target="waitc"><mxGeometry relative="1" as="geometry"/></mxCell>
        <mxCell id="e_waitc_d_confirm" value="" style="edgeStyle=orthogonalEdgeStyle;rounded=0;html=1;endArrow=block;" edge="1" parent="1" source="waitc" target="d_confirm"><mxGeometry relative="1" as="geometry"/></mxCell>
        <mxCell id="e_d_confirm_d_members" value="Yes" style="edgeStyle=orthogonalEdgeStyle;rounded=0;html=1;endArrow=block;" edge="1" parent="1" source="d_confirm" target="d_members"><mxGeometry relative="1" as="geometry"/></mxCell>
        <mxCell id="e_d_members_rollbackchk" value="Yes / standalone" style="edgeStyle=orthogonalEdgeStyle;rounded=0;html=1;endArrow=block;" edge="1" parent="1" source="d_members" target="rollbackchk"><mxGeometry relative="1" as="geometry"/></mxCell>
        <mxCell id="e_rollbackchk_commit" value="" style="edgeStyle=orthogonalEdgeStyle;rounded=0;html=1;endArrow=block;" edge="1" parent="1" source="rollbackchk" target="commit"><mxGeometry relative="1" as="geometry"/></mxCell>
        <mxCell id="e_commit_d_commit" value="" style="edgeStyle=orthogonalEdgeStyle;rounded=0;html=1;endArrow=block;" edge="1" parent="1" source="commit" target="d_commit"><mxGeometry relative="1" as="geometry"/></mxCell>
        <mxCell id="e_d_commit_sync" value="Yes" style="edgeStyle=orthogonalEdgeStyle;rounded=0;html=1;endArrow=block;" edge="1" parent="1" source="d_commit" target="sync"><mxGeometry relative="1" as="geometry"/></mxCell>
        <mxCell id="e_sync_d_remove" value="" style="edgeStyle=orthogonalEdgeStyle;rounded=0;html=1;endArrow=block;" edge="1" parent="1" source="sync" target="d_remove"><mxGeometry relative="1" as="geometry"/></mxCell>
        <mxCell id="e_remove_yes" value="Yes" style="edgeStyle=orthogonalEdgeStyle;rounded=0;html=1;endArrow=block;" edge="1" parent="1" source="d_remove" target="remove"><mxGeometry relative="1" as="geometry"/></mxCell>
        <mxCell id="e_remove_ok" value="" style="edgeStyle=orthogonalEdgeStyle;rounded=0;html=1;endArrow=block;" edge="1" parent="1" source="remove" target="ok"><mxGeometry relative="1" as="geometry"/></mxCell>
        <mxCell id="e_remove_no" value="No" style="edgeStyle=orthogonalEdgeStyle;rounded=0;html=1;endArrow=block;" edge="1" parent="1" source="d_remove" target="ok"><mxGeometry relative="1" as="geometry"/></mxCell>
      </root>
    </mxGraphModel>
  </diagram>
</mxfile>
